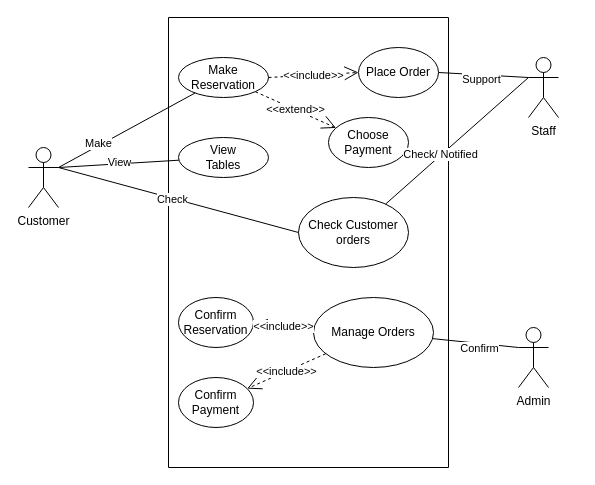
The draw.io diagram Biểu đồ không có tiêu đề.drawio in FanchonSora/Restaurant-Reservation-System-RRS, before the edit. Source tidied: cells renumbered, new cells numbered last; positions are measured from the earlier drawing's top-left corner, leaving out a move shared by most shapes. Both pictures are drawn from the tidied source at 100%, with x=0, y=0 at pixel (28, 17).
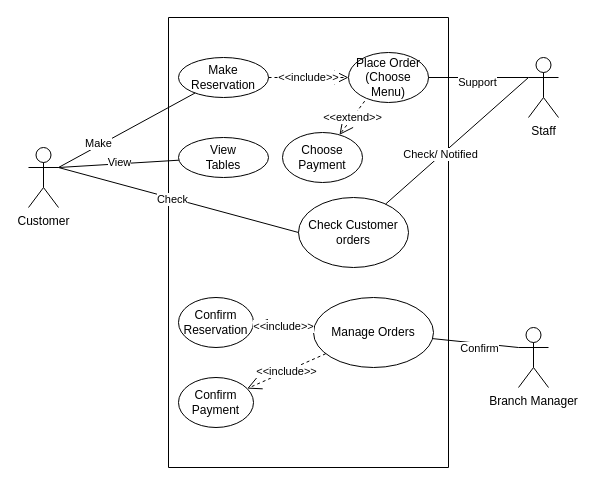
Above is the later version.

The change refers to these unchanged cells:
```xml
<mxCell id="5" style="swimlane;startSize=0;" parent="1" vertex="1">
  <mxGeometry x="140" width="280" height="450" as="geometry" />
</mxCell>
<mxCell id="6" value="Make Reservation" style="ellipse;whiteSpace=wrap;html=1;" parent="5" vertex="1">
  <mxGeometry x="10" y="40" width="90" height="40" as="geometry" />
</mxCell>
```

Change to the diagram source:
```diff
@@
-    <mxCell id="3" value="Admin" style="shape=umlActor;verticalLabelPosition=bottom;verticalAlign=top;html=1;outlineConnect=0;" parent="1" vertex="1">
+    <mxCell id="3" value="Branch Manager" style="shape=umlActor;verticalLabelPosition=bottom;verticalAlign=top;html=1;outlineConnect=0;" parent="1" vertex="1">
       <mxGeometry x="490" y="310" width="30" height="60" as="geometry" />
     </mxCell>
@@
     <mxCell id="7" value="Choose Payment" style="ellipse;whiteSpace=wrap;html=1;" parent="5" vertex="1">
-      <mxGeometry x="160" y="100" width="80" height="50" as="geometry" />
+      <mxGeometry x="114" y="115" width="80" height="50" as="geometry" />
     </mxCell>
@@
-    <mxCell id="10" value="Place Order" style="ellipse;whiteSpace=wrap;html=1;" parent="5" vertex="1">
-      <mxGeometry x="190" y="30" width="80" height="50" as="geometry" />
+    <mxCell id="10" value="Place Order (Choose Menu)" style="ellipse;whiteSpace=wrap;html=1;" parent="5" vertex="1">
+      <mxGeometry x="180" y="35" width="80" height="50" as="geometry" />
     </mxCell>
@@
-    <mxCell id="12" value="&amp;lt;&amp;lt;extend&amp;gt;&amp;gt;" style="endArrow=open;endSize=12;dashed=1;html=1;rounded=0;" parent="5" edge="1" source="6" target="7">
+    <mxCell id="12" value="&amp;lt;&amp;lt;extend&amp;gt;&amp;gt;" style="endArrow=open;endSize=12;dashed=1;html=1;rounded=0;exitX=0.202;exitY=0.973;exitDx=0;exitDy=0;exitPerimeter=0;" parent="5" edge="1" source="10" target="7">
       <mxGeometry relative="1" as="geometry" />
     </mxCell>
```
